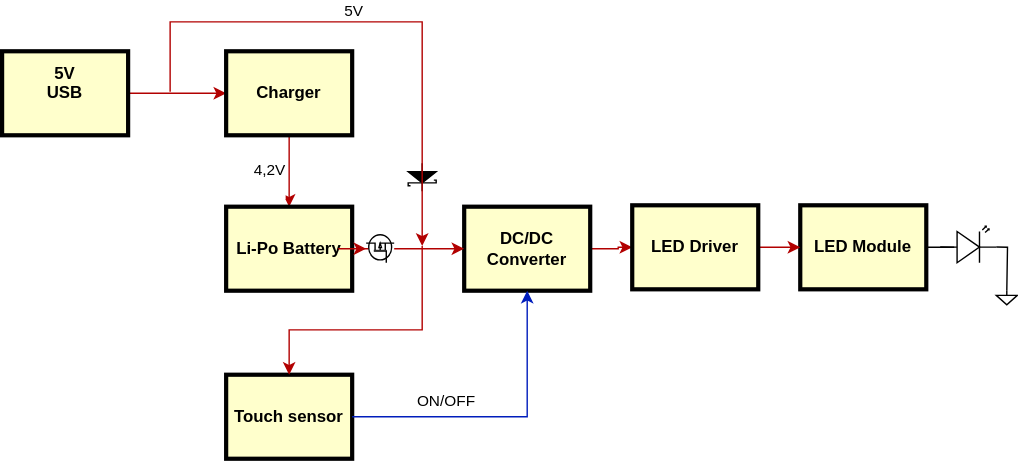
This is Diagram.drawio.svg from EtherEE/Christmas_trEE, a draw.io export, as it was before one commit. Source tidied: cells renumbered, new cells last; positions are measured from the earlier drawing's top-left corner, leaving out a move shared by most shapes.
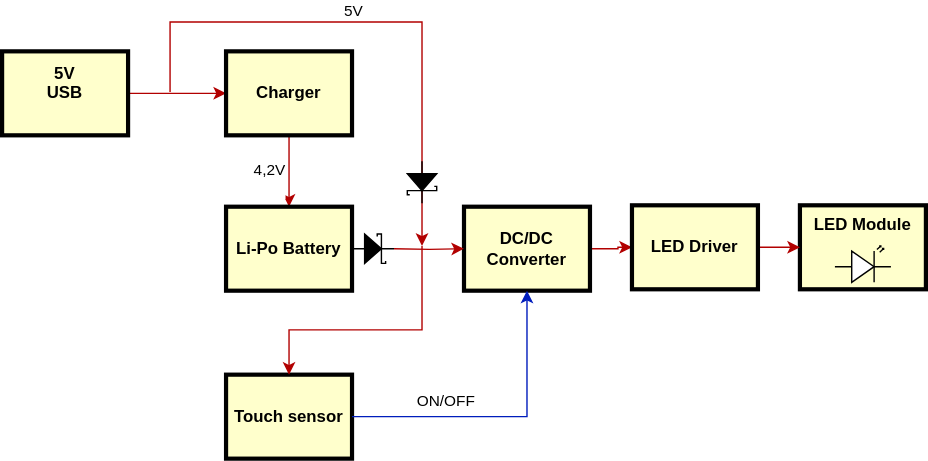
The same file after the commit.

The edit, as a diff of the source:
```diff
@@ -25,14 +25,13 @@
     <mxCell id="8" value="DC/DC Converter" style="whiteSpace=wrap;align=center;verticalAlign=middle;fontStyle=1;strokeWidth=3;fillColor=#FFFFCC;" parent="1" vertex="1">
       <mxGeometry x="330" y="132" width="90" height="60" as="geometry" />
     </mxCell>
-    <mxCell id="9" style="edgeStyle=orthogonalEdgeStyle;rounded=0;jettySize=auto;html=1;endArrow=none;endFill=0;entryX=0;entryY=0.57;entryDx=0;entryDy=0;entryPerimeter=0;" parent="1" edge="1" source="10" target="24">
-      <mxGeometry relative="1" as="geometry" />
-    </mxCell>
-    <mxCell id="10" value="LED Module" style="whiteSpace=wrap;align=center;verticalAlign=middle;fontStyle=1;strokeWidth=3;fillColor=#FFFFCC;" parent="1" vertex="1">
+    <mxCell id="10" value="LED Module" style="whiteSpace=wrap;align=center;verticalAlign=top;fontStyle=1;strokeWidth=3;fillColor=#FFFFCC;" parent="1" vertex="1">
       <mxGeometry x="570" y="131" width="90" height="60" as="geometry" />
     </mxCell>
-    <mxCell id="11" style="edgeStyle=orthogonalEdgeStyle;rounded=0;jettySize=auto;html=1;fillColor=#e51400;strokeColor=#B20000;" parent="1" edge="1" source="20" target="8">
-      <mxGeometry relative="1" as="geometry" />
+    <mxCell id="11" style="edgeStyle=orthogonalEdgeStyle;rounded=0;jettySize=auto;html=1;fillColor=#e51400;strokeColor=#B20000;" parent="1" edge="1" target="8">
+      <mxGeometry relative="1" as="geometry">
+        <mxPoint x="280" y="162" as="sourcePoint" />
+      </mxGeometry>
     </mxCell>
     <mxCell id="12" value="Li-Po Battery" style="whiteSpace=wrap;align=center;verticalAlign=middle;fontStyle=1;strokeWidth=3;fillColor=#FFFFCC;" parent="1" vertex="1">
       <mxGeometry x="160" y="132" width="90" height="60" as="geometry" />
@@ -46,31 +45,9 @@
     <mxCell id="15" value="Touch sensor" style="whiteSpace=wrap;align=center;verticalAlign=middle;fontStyle=1;strokeWidth=3;fillColor=#FFFFCC;" parent="1" vertex="1">
       <mxGeometry x="160" y="252" width="90" height="60" as="geometry" />
     </mxCell>
-    <mxCell id="16" style="fillColor=strokeColor;verticalLabelPosition=bottom;shadow=0;dashed=0;align=center;html=1;verticalAlign=top;shape=mxgraph.electrical.diodes.schottky_diode;rotation=90;" parent="1" vertex="1">
-      <mxGeometry x="290" y="101" width="20" height="20" as="geometry" />
+    <mxCell id="16" style="fillColor=strokeColor;verticalLabelPosition=bottom;shadow=0;dashed=0;align=center;html=1;verticalAlign=top;shape=mxgraph.electrical.diodes.schottky_diode;rotation=0;" parent="1" vertex="1">
+      <mxGeometry x="250" y="151.5" width="30" height="21" as="geometry" />
     </mxCell>
-    <mxCell id="17" style="endArrow=classic;html=1;rounded=0;fillColor=#e51400;strokeColor=#B20000;" parent="1" edge="1">
-      <mxGeometry relative="1" as="geometry">
-        <mxPoint x="120" y="50" as="sourcePoint" />
-        <mxPoint x="300" y="160" as="targetPoint" />
-        <Array as="points">
-          <mxPoint x="120" />
-          <mxPoint x="210" />
-          <mxPoint x="300" />
-        </Array>
-      </mxGeometry>
-    </mxCell>
-    <mxCell id="18" value="5V" style="edgeLabel;html=1;align=center;verticalAlign=middle;" parent="17" vertex="1">
-      <mxGeometry x="-0.07" relative="1" as="geometry">
-        <mxPoint x="-2" y="-9" as="offset" />
-      </mxGeometry>
-    </mxCell>
-    <mxCell id="19" style="edgeStyle=orthogonalEdgeStyle;rounded=0;jettySize=auto;html=1;fillColor=#e51400;strokeColor=#B20000;" parent="1" edge="1" source="12" target="20">
-      <mxGeometry relative="1" as="geometry" />
-    </mxCell>
-    <mxCell id="20" style="verticalLabelPosition=bottom;shadow=0;dashed=0;align=center;html=1;verticalAlign=top;shape=mxgraph.electrical.mosfets1.p-channel_mosfet_1;rotation=-90;" parent="1" vertex="1">
-      <mxGeometry x="260" y="152" width="20" height="20" as="geometry" />
-    </mxCell>
     <mxCell id="21" style="edgeStyle=orthogonalEdgeStyle;rounded=0;jettySize=auto;html=1;fillColor=#e51400;strokeColor=#B20000;entryX=0.5;entryY=0;entryDx=0;entryDy=0;" parent="1" edge="1" target="15">
       <mxGeometry relative="1" as="geometry">
         <mxPoint x="300" y="160" as="sourcePoint" />
@@ -89,17 +66,25 @@
       </mxGeometry>
     </mxCell>
     <mxCell id="24" style="verticalLabelPosition=bottom;shadow=0;dashed=0;align=center;html=1;verticalAlign=top;shape=mxgraph.electrical.opto_electronics.led_2;" parent="1" vertex="1">
-      <mxGeometry x="670" y="146" width="40" height="26" as="geometry" />
+      <mxGeometry x="595" y="160" width="40" height="26" as="geometry" />
     </mxCell>
-    <mxCell id="25" style="verticalLabelPosition=bottom;shadow=0;dashed=0;align=center;html=1;verticalAlign=top;shape=mxgraph.electrical.signal_sources.signal_ground;" parent="1" vertex="1">
-      <mxGeometry x="710" y="192" width="15" height="10" as="geometry" />
-    </mxCell>
-    <mxCell id="26" style="endArrow=none;html=1;rounded=0;entryX=1;entryY=0.57;entryDx=0;entryDy=0;entryPerimeter=0;exitX=0.5;exitY=0;exitDx=0;exitDy=0;exitPerimeter=0;" parent="1" edge="1" source="25" target="24">
-      <mxGeometry relative="1" as="geometry">
-        <Array as="points">
-          <mxPoint x="718" y="161" />
-        </Array>
-      </mxGeometry>
-    </mxCell>
+    <mxCell id="27" style="endArrow=classic;html=1;rounded=0;fillColor=#e51400;strokeColor=#B20000;" parent="1" edge="1">
+      <mxGeometry relative="1" as="geometry">
+        <mxPoint x="120" y="50" as="sourcePoint" />
+        <mxPoint x="300" y="160" as="targetPoint" />
+        <Array as="points">
+          <mxPoint x="120" />
+          <mxPoint x="300" />
+        </Array>
+      </mxGeometry>
+    </mxCell>
+    <mxCell id="18" value="5V" style="edgeLabel;html=1;align=center;verticalAlign=middle;" parent="27" vertex="1">
+      <mxGeometry x="-0.07" relative="1" as="geometry">
+        <mxPoint x="-2" y="-9" as="offset" />
+      </mxGeometry>
+    </mxCell>
+    <mxCell id="28" style="fillColor=strokeColor;verticalLabelPosition=bottom;shadow=0;dashed=0;align=center;html=1;verticalAlign=top;shape=mxgraph.electrical.diodes.schottky_diode;rotation=90;" parent="1" vertex="1">
+      <mxGeometry x="285" y="104" width="30" height="21" as="geometry" />
+    </mxCell>
   </root>
 </mxGraphModel>
```
